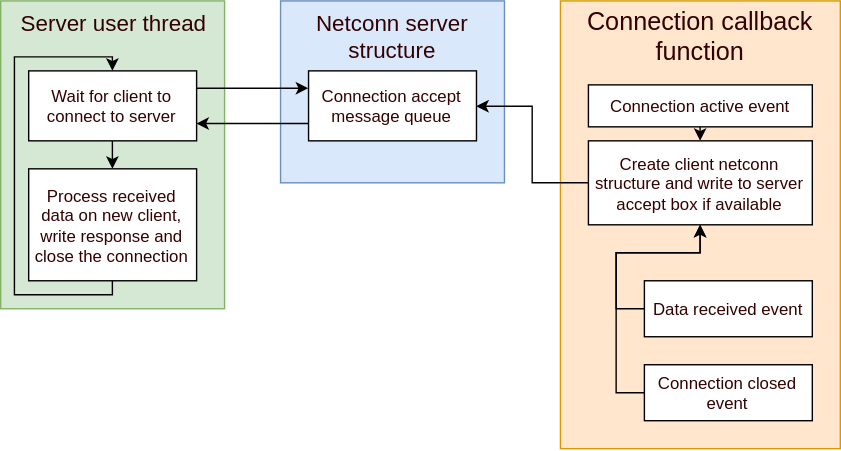
Earlier version of the draw.io export docs/src/netconn_server.svg (amigomcu/ESP_AT_Lib_res). Source tidied: cells renumbered, new cells last; positions are measured from the earlier drawing's top-left corner, leaving out a move shared by most shapes.
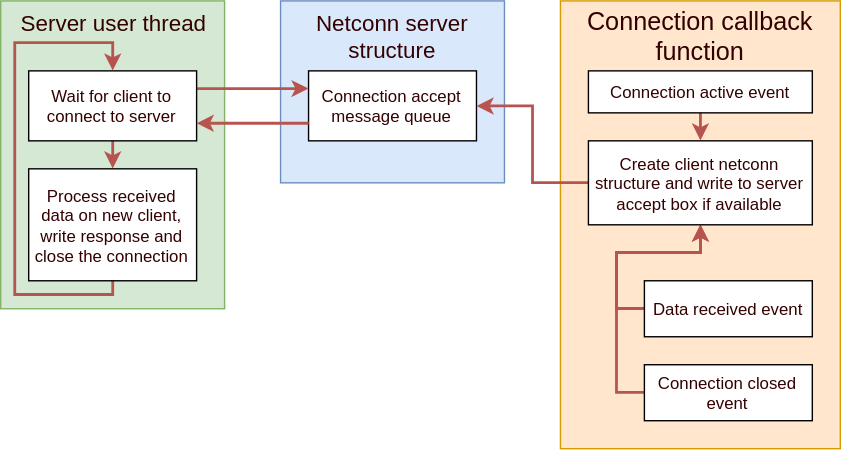
After the commit.

Diff of the diagram source:
```diff
@@ -8,7 +8,7 @@
     <mxCell id="3" value="Connection callback function" style="text;html=1;strokeColor=none;fillColor=none;align=center;verticalAlign=middle;whiteSpace=wrap;rounded=0;fontSize=18;fontColor=#330000;fontStyle=0;" parent="1" vertex="1">
       <mxGeometry x="410" width="180" height="50" as="geometry" />
     </mxCell>
-    <mxCell id="4" style="edgeStyle=orthogonalEdgeStyle;rounded=0;html=1;exitX=0;exitY=0.5;jettySize=auto;fontSize=12;fontColor=#330000;" parent="1" edge="1" source="5">
+    <mxCell id="4" style="edgeStyle=orthogonalEdgeStyle;rounded=0;html=1;exitX=0;exitY=0.5;jettySize=auto;fontSize=12;fontColor=#330000;strokeWidth=2;fillColor=#f8cecc;strokeColor=#b85450;" parent="1" edge="1" source="5">
       <mxGeometry relative="1" as="geometry">
         <mxPoint x="500" y="160" as="targetPoint" />
         <Array as="points">
@@ -30,7 +30,7 @@
     <mxCell id="8" value="Connection accept message queue" style="rounded=0;whiteSpace=wrap;html=1;fontSize=12;fontColor=#330000;" parent="1" vertex="1">
       <mxGeometry x="220" y="50" width="120" height="50" as="geometry" />
     </mxCell>
-    <mxCell id="9" style="edgeStyle=orthogonalEdgeStyle;rounded=0;html=1;exitX=0;exitY=0.5;entryX=0.5;entryY=1;jettySize=auto;fontSize=12;fontColor=#330000;" parent="1" edge="1" source="10" target="22">
+    <mxCell id="9" style="edgeStyle=orthogonalEdgeStyle;rounded=0;html=1;exitX=0;exitY=0.5;entryX=0.5;entryY=1;jettySize=auto;fontSize=12;fontColor=#330000;strokeWidth=2;fillColor=#f8cecc;strokeColor=#b85450;" parent="1" edge="1" source="10" target="22">
       <mxGeometry relative="1" as="geometry">
         <Array as="points">
           <mxPoint x="440" y="280" />
@@ -48,38 +48,38 @@
     <mxCell id="12" value="Server user thread" style="text;html=1;strokeColor=none;fillColor=none;align=center;verticalAlign=middle;whiteSpace=wrap;rounded=0;fontSize=16;fontColor=#330000;fontStyle=0;" parent="1" vertex="1">
       <mxGeometry width="160" height="30" as="geometry" />
     </mxCell>
-    <mxCell id="13" style="edgeStyle=orthogonalEdgeStyle;rounded=0;html=1;exitX=0.5;exitY=1;entryX=0.5;entryY=0;jettySize=auto;fontSize=12;fontColor=#330000;" parent="1" edge="1" source="15" target="17">
+    <mxCell id="13" style="edgeStyle=orthogonalEdgeStyle;rounded=0;html=1;exitX=0.5;exitY=1;entryX=0.5;entryY=0;jettySize=auto;fontSize=12;fontColor=#330000;strokeWidth=2;fillColor=#f8cecc;strokeColor=#b85450;" parent="1" edge="1" source="15" target="17">
       <mxGeometry relative="1" as="geometry" />
     </mxCell>
-    <mxCell id="14" style="edgeStyle=orthogonalEdgeStyle;rounded=0;html=1;exitX=1;exitY=0.25;entryX=0;entryY=0.25;jettySize=auto;fontSize=12;fontColor=#330000;" parent="1" edge="1" source="15" target="8">
+    <mxCell id="14" style="edgeStyle=orthogonalEdgeStyle;rounded=0;html=1;exitX=1;exitY=0.25;entryX=0;entryY=0.25;jettySize=auto;fontSize=12;fontColor=#330000;strokeWidth=2;fillColor=#f8cecc;strokeColor=#b85450;" parent="1" edge="1" source="15" target="8">
       <mxGeometry relative="1" as="geometry" />
     </mxCell>
     <mxCell id="15" value="Wait for client to connect to server" style="rounded=0;whiteSpace=wrap;html=1;fontSize=12;fontColor=#330000;" parent="1" vertex="1">
       <mxGeometry x="20" y="50" width="120" height="50" as="geometry" />
     </mxCell>
-    <mxCell id="16" style="edgeStyle=orthogonalEdgeStyle;rounded=0;html=1;exitX=0.5;exitY=1;entryX=0.5;entryY=0;jettySize=auto;fontSize=12;fontColor=#330000;" parent="1" edge="1" source="17" target="15">
+    <mxCell id="16" style="edgeStyle=orthogonalEdgeStyle;rounded=0;html=1;exitX=0.5;exitY=1;entryX=0.5;entryY=0;jettySize=auto;fontSize=12;fontColor=#330000;strokeWidth=2;fillColor=#f8cecc;strokeColor=#b85450;" parent="1" edge="1" source="17" target="15">
       <mxGeometry relative="1" as="geometry">
         <Array as="points">
           <mxPoint x="80" y="210" />
           <mxPoint x="10" y="210" />
-          <mxPoint x="10" y="40" />
-          <mxPoint x="80" y="40" />
+          <mxPoint x="10" y="30" />
+          <mxPoint x="80" y="30" />
         </Array>
       </mxGeometry>
     </mxCell>
     <mxCell id="17" value="Process received data on new client, write response and close the connection" style="rounded=0;whiteSpace=wrap;html=1;fontSize=12;fontColor=#330000;" parent="1" vertex="1">
       <mxGeometry x="20" y="120" width="120" height="80" as="geometry" />
     </mxCell>
-    <mxCell id="18" style="edgeStyle=orthogonalEdgeStyle;rounded=0;html=1;exitX=0.5;exitY=1;entryX=0.5;entryY=0;jettySize=auto;fontSize=12;fontColor=#330000;" parent="1" edge="1" source="19" target="22">
+    <mxCell id="18" style="edgeStyle=orthogonalEdgeStyle;rounded=0;html=1;exitX=0.5;exitY=1;entryX=0.5;entryY=0;jettySize=auto;fontSize=12;fontColor=#330000;strokeWidth=2;fillColor=#f8cecc;strokeColor=#b85450;" parent="1" edge="1" source="19" target="22">
       <mxGeometry relative="1" as="geometry" />
     </mxCell>
     <mxCell id="19" value="Connection active event" style="rounded=0;whiteSpace=wrap;html=1;fontSize=12;fontColor=#330000;" parent="1" vertex="1">
-      <mxGeometry x="420" y="60" width="160" height="30" as="geometry" />
+      <mxGeometry x="420" y="50" width="160" height="30" as="geometry" />
     </mxCell>
-    <mxCell id="20" style="edgeStyle=orthogonalEdgeStyle;rounded=0;html=1;exitX=0;exitY=0.75;entryX=1;entryY=0.75;jettySize=auto;fontSize=12;fontColor=#330000;" parent="1" edge="1" source="8" target="15">
+    <mxCell id="20" style="edgeStyle=orthogonalEdgeStyle;rounded=0;html=1;exitX=0;exitY=0.75;entryX=1;entryY=0.75;jettySize=auto;fontSize=12;fontColor=#330000;strokeWidth=2;fillColor=#f8cecc;strokeColor=#b85450;" parent="1" edge="1" source="8" target="15">
       <mxGeometry relative="1" as="geometry" />
     </mxCell>
-    <mxCell id="21" style="edgeStyle=orthogonalEdgeStyle;rounded=0;html=1;exitX=0;exitY=0.5;entryX=1;entryY=0.5;jettySize=auto;fontSize=12;fontColor=#330000;" parent="1" edge="1" source="22" target="8">
+    <mxCell id="21" style="edgeStyle=orthogonalEdgeStyle;rounded=0;html=1;exitX=0;exitY=0.5;entryX=1;entryY=0.5;jettySize=auto;fontSize=12;fontColor=#330000;strokeWidth=2;fillColor=#f8cecc;strokeColor=#b85450;" parent="1" edge="1" source="22" target="8">
       <mxGeometry relative="1" as="geometry" />
     </mxCell>
     <mxCell id="22" value="Create client netconn structure and write to server accept box if available" style="rounded=0;whiteSpace=wrap;html=1;fontSize=12;fontColor=#330000;" parent="1" vertex="1">
```
